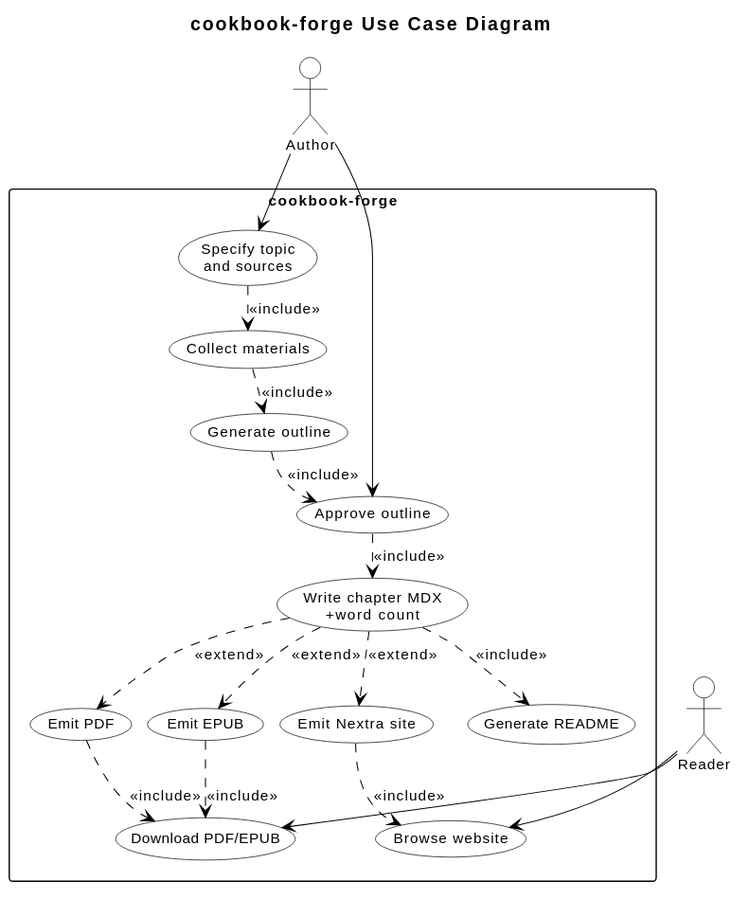
Earlier version of the PlantUML export assets/diagrams/usecase-en.svg (samonysh/cookbook-forge).
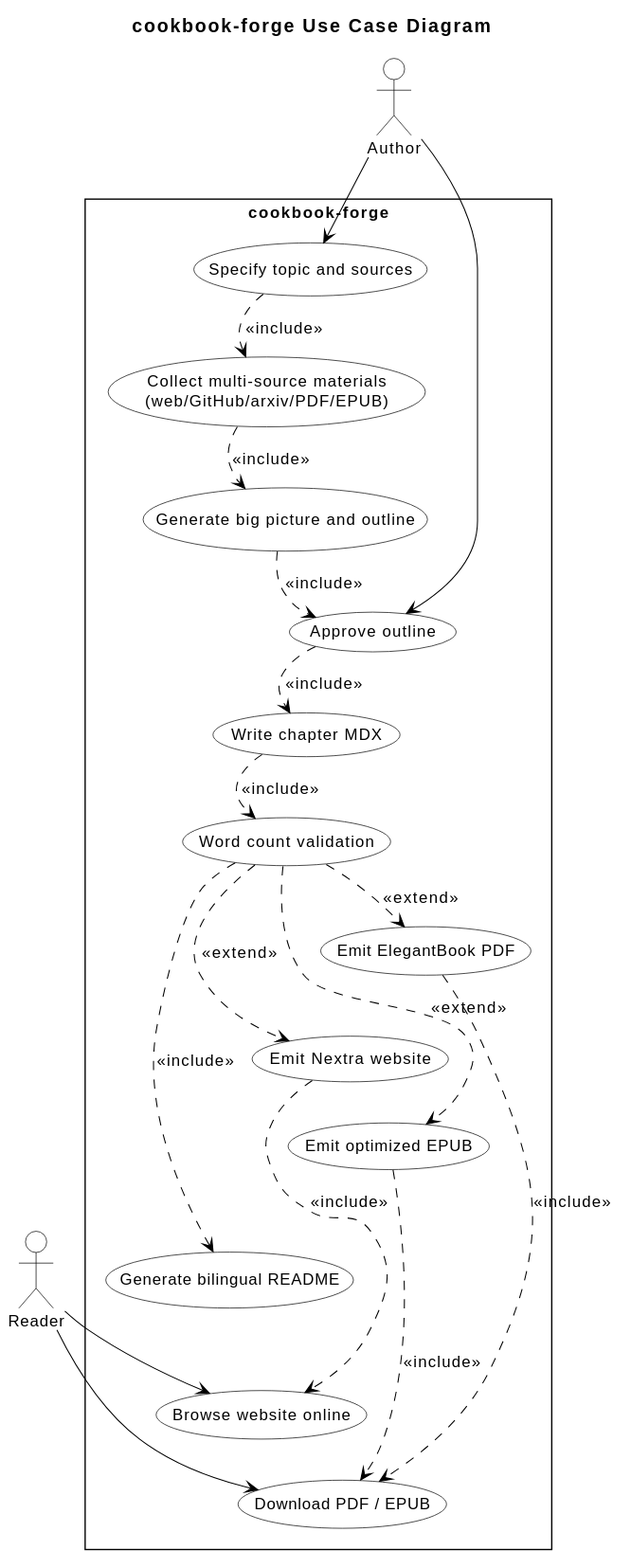
Above is the later version.

The edit, as a diff of the source:
```diff
@@ -1,40 +1,48 @@
 @startuml
 skinparam monochrome true
+skinparam backgroundColor #FFFFFF
+skinparam defaultFontName Helvetica
+skinparam defaultFontSize 12
 skinparam shadowing false
-skinparam backgroundColor #FFFFFF
-skinparam defaultFontColor #000000
-skinparam defaultFontName Helvetica
+skinparam classAttributeIconSize 0
+skinparam roundCorner 0
+
 skinparam ActorBackgroundColor #FFFFFF
 skinparam ActorBorderColor #000000
 skinparam UsecaseBackgroundColor #FFFFFF
 skinparam UsecaseBorderColor #000000
 skinparam RectangleBackgroundColor #FFFFFF
 skinparam RectangleBorderColor #000000
+skinparam PackageBackgroundColor #FFFFFF
+skinparam PackageBorderColor #000000
 skinparam ArrowColor #000000
 skinparam ArrowThickness 0.75
-skinparam defaultFontSize 11
-skinparam nodesep 12
-skinparam ranksep 20
+skinparam DefaultTextColor #000000
+skinparam defaultFontColor #000000
 
 title cookbook-forge Use Case Diagram
 
 top to bottom direction
+skinparam nodesep 25
+skinparam ranksep 30
+skinparam packageStyle rectangle
 
 actor Author as AUTHOR
 actor Reader as READER
 
 rectangle "cookbook-forge" {
-  usecase "Specify topic\nand sources" as UC0
-  usecase "Collect materials" as UC1
-  usecase "Generate outline" as UC2
+  usecase "Specify topic and sources" as UC0
+  usecase "Collect multi-source materials\n(web/GitHub/arxiv/PDF/EPUB)" as UC1
+  usecase "Generate big picture and outline" as UC2
   usecase "Approve outline" as UC3
-  usecase "Write chapter MDX\n+word count" as UC4
-  usecase "Emit PDF" as UC6
-  usecase "Emit Nextra site" as UC7
-  usecase "Emit EPUB" as UC8
-  usecase "Generate README" as UC9
-  usecase "Browse website" as UC10
-  usecase "Download PDF/EPUB" as UC11
+  usecase "Write chapter MDX" as UC4
+  usecase "Word count validation" as UC5
+  usecase "Emit ElegantBook PDF" as UC6
+  usecase "Emit Nextra website" as UC7
+  usecase "Emit optimized EPUB" as UC8
+  usecase "Generate bilingual README" as UC9
+  usecase "Browse website online" as UC10
+  usecase "Download PDF / EPUB" as UC11
 }
 
 AUTHOR --> UC0
@@ -43,19 +51,28 @@
 UC1 ..> UC2 : <<include>>
 UC2 ..> UC3 : <<include>>
 UC3 ..> UC4 : <<include>>
-UC4 ..> UC6 : <<extend>>
-UC4 ..> UC7 : <<extend>>
-UC4 ..> UC8 : <<extend>>
-UC4 ..> UC9 : <<include>>
+UC4 ..> UC5 : <<include>>
+UC5 ..> UC6 : <<extend>>
+UC5 ..> UC7 : <<extend>>
+UC5 ..> UC8 : <<extend>>
+UC5 ..> UC9 : <<include>>
 UC7 ..> UC10 : <<include>>
 UC6 ..> UC11 : <<include>>
 UC8 ..> UC11 : <<include>>
 READER --> UC10
 READER --> UC11
 
-UC0 -[hidden]down- UC6
-UC1 -[hidden]down- UC7
-UC2 -[hidden]down- UC8
-UC3 -[hidden]down- UC9
-UC4 -[hidden]down- UC10
+UC0 -[hidden]down- UC1
+UC1 -[hidden]down- UC2
+UC2 -[hidden]down- UC3
+UC3 -[hidden]down- UC4
+UC4 -[hidden]down- UC5
+
+UC6 -[hidden]down- UC7
+UC7 -[hidden]down- UC8
+UC8 -[hidden]down- UC9
+UC9 -[hidden]down- UC10
+UC10 -[hidden]down- UC11
+
+UC5 -[hidden]right- UC6
 @enduml
```
